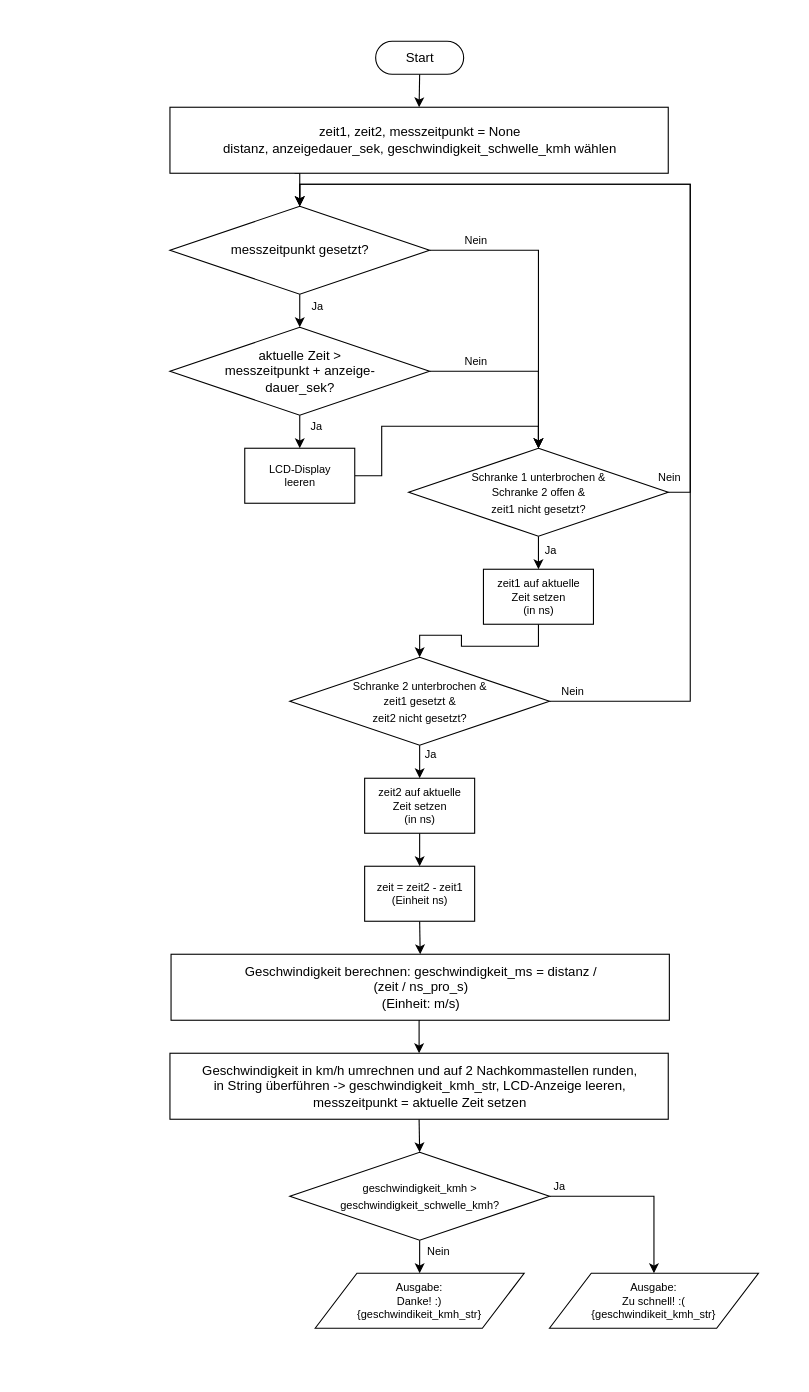
The draw.io diagram geschwindigkeitsmessung/Flowchart.drawio in mowtee/raspi-python-Ampel, before the edit. Source tidied: cells renumbered, new cells numbered last; positions are measured from the earlier drawing's top-left corner, leaving out a move shared by most shapes. Both pictures are drawn from the tidied source at 110%, with x=0, y=0 at pixel (169, 41).
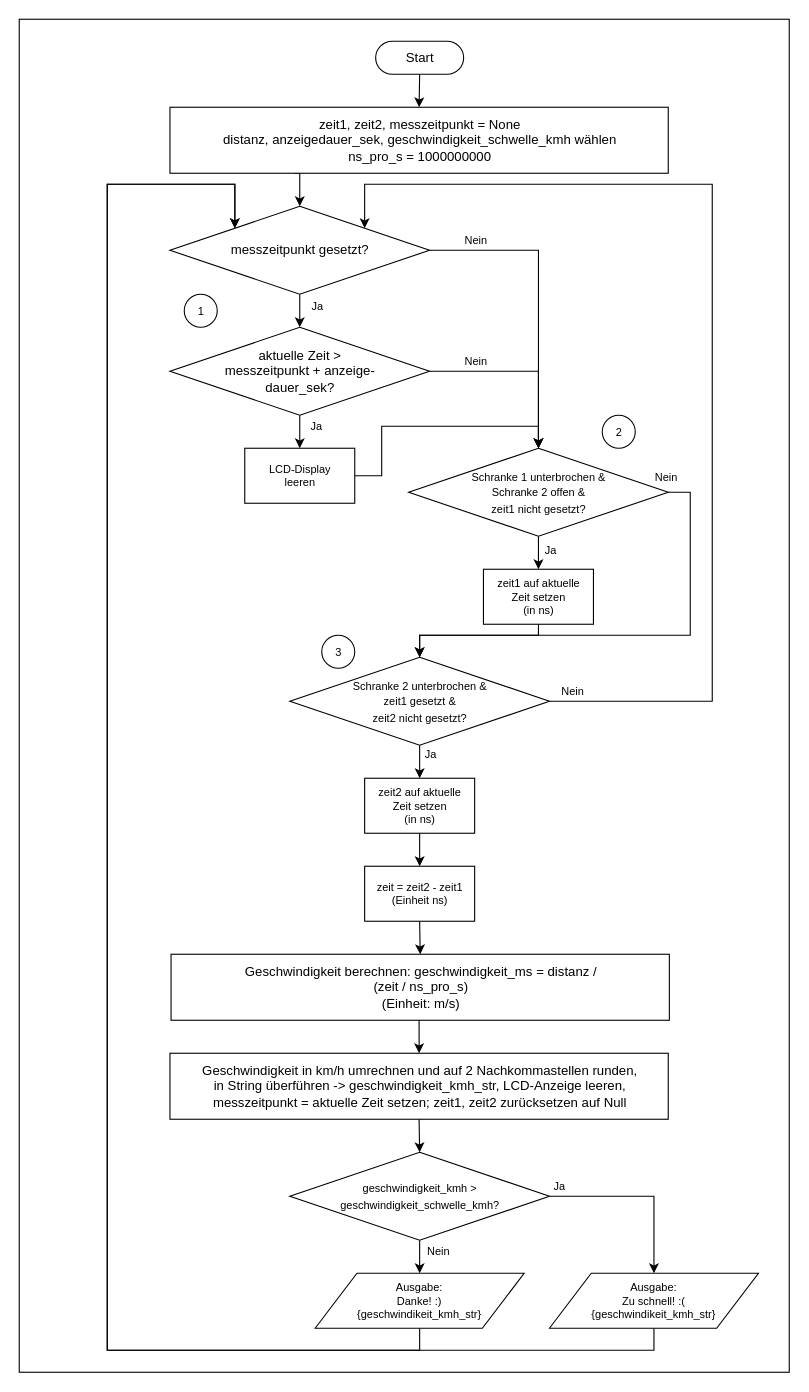
Above is the later version.

Unchanged cells that the change refers to:
```xml
<mxCell id="10" value="messzeitpunkt gesetzt?" style="shape=rhombus;html=1;dashed=0;whitespace=wrap;perimeter=rhombusPerimeter;" parent="1" vertex="1">
  <mxGeometry y="150" width="236" height="80" as="geometry" />
</mxCell>
<mxCell id="20" value="&lt;font style=&quot;font-size: 10px&quot;&gt;Schranke 1 unterbrochen &amp;amp;&lt;br&gt;Schranke 2 offen &amp;amp;&lt;br&gt;zeit1 nicht gesetzt?&lt;/font&gt;" style="shape=rhombus;html=1;dashed=0;whitespace=wrap;perimeter=rhombusPerimeter;" parent="1" vertex="1">
  <mxGeometry x="217" y="370" width="236" height="80" as="geometry" />
</mxCell>
<mxCell id="24" value="zeit1 auf aktuelle&lt;br&gt;Zeit setzen&lt;br&gt;(in ns)" style="html=1;dashed=0;whitespace=wrap;fontSize=10;" parent="1" vertex="1">
  <mxGeometry x="285" y="480" width="100" height="50" as="geometry" />
</mxCell>
<mxCell id="29" value="&lt;font style=&quot;font-size: 10px&quot;&gt;Schranke 2 unterbrochen &amp;amp;&lt;br&gt;zeit1 gesetzt &amp;amp;&lt;br&gt;zeit2 nicht gesetzt?&lt;/font&gt;" style="shape=rhombus;html=1;dashed=0;whitespace=wrap;perimeter=rhombusPerimeter;" parent="1" vertex="1">
  <mxGeometry x="109" y="560" width="236" height="80" as="geometry" />
</mxCell>
<mxCell id="43" value="Ausgabe:&lt;br&gt;Danke! :)&lt;br&gt;{geschwindikeit_kmh_str}" style="shape=parallelogram;perimeter=parallelogramPerimeter;whiteSpace=wrap;html=1;dashed=0;fontSize=10;" parent="1" vertex="1">
  <mxGeometry x="132" y="1120" width="190" height="50" as="geometry" />
</mxCell>
<mxCell id="44" value="Ausgabe:&lt;br&gt;Zu schnell! :(&lt;br&gt;{geschwindikeit_kmh_str}" style="shape=parallelogram;perimeter=parallelogramPerimeter;whiteSpace=wrap;html=1;dashed=0;fontSize=10;" parent="1" vertex="1">
  <mxGeometry x="345" y="1120" width="190" height="50" as="geometry" />
</mxCell>
```

What changed in the source:
```diff
@@
+    <mxCell id="45" style="html=1;dashed=0;whitespace=wrap;fontSize=10;" parent="1" vertex="1">
+      <mxGeometry x="-137" y="-20" width="700" height="1230" as="geometry" />
+    </mxCell>
@@
-    <mxCell id="5" value="zeit1, zeit2, messzeitpunkt = None&lt;br&gt;distanz, anzeigedauer_sek, geschwindigkeit_schwelle_kmh wählen" style="html=1;dashed=0;whitespace=wrap;" parent="1" vertex="1">
+    <mxCell id="5" value="zeit1, zeit2, messzeitpunkt = None&lt;br&gt;distanz, anzeigedauer_sek, geschwindigkeit_schwelle_kmh wählen&lt;br&gt;ns_pro_s = 1000000000" style="html=1;dashed=0;whitespace=wrap;" parent="1" vertex="1">
       <mxGeometry y="60" width="453" height="60" as="geometry" />
     </mxCell>
@@
-    <mxCell id="18" style="edgeStyle=orthogonalEdgeStyle;rounded=0;jettySize=auto;html=1;exitX=1;exitY=0.5;exitDx=0;exitDy=0;fontSize=10;entryX=0.5;entryY=0;entryDx=0;entryDy=0;" parent="1" edge="1" source="20" target="10">
-      <mxGeometry relative="1" as="geometry" />
+    <mxCell id="18" style="edgeStyle=orthogonalEdgeStyle;rounded=0;jettySize=auto;html=1;exitX=1;exitY=0.5;exitDx=0;exitDy=0;fontSize=10;entryX=0.5;entryY=0;entryDx=0;entryDy=0;" parent="1" edge="1" source="20" target="29">
+      <mxGeometry relative="1" as="geometry">
+        <Array as="points">
+          <mxPoint x="473" y="410" />
+          <mxPoint x="473" y="540" />
+          <mxPoint x="227" y="540" />
+        </Array>
+      </mxGeometry>
     </mxCell>
@@
     <mxCell id="23" style="edgeStyle=orthogonalEdgeStyle;rounded=0;jettySize=auto;html=1;exitX=0.5;exitY=1;exitDx=0;exitDy=0;entryX=0.5;entryY=0;entryDx=0;entryDy=0;fontSize=10;" parent="1" edge="1" source="24" target="29">
-      <mxGeometry relative="1" as="geometry" />
+      <mxGeometry relative="1" as="geometry">
+        <Array as="points">
+          <mxPoint x="335" y="540" />
+          <mxPoint x="227" y="540" />
+        </Array>
+      </mxGeometry>
     </mxCell>
@@
-    <mxCell id="27" style="edgeStyle=orthogonalEdgeStyle;rounded=0;jettySize=auto;html=1;exitX=1;exitY=0.5;exitDx=0;exitDy=0;fontSize=10;entryX=0.5;entryY=0;entryDx=0;entryDy=0;" parent="1" edge="1" source="29" target="10">
+    <mxCell id="27" style="edgeStyle=orthogonalEdgeStyle;rounded=0;jettySize=auto;html=1;exitX=1;exitY=0.5;exitDx=0;exitDy=0;fontSize=10;entryX=1;entryY=0;entryDx=0;entryDy=0;" parent="1" edge="1" source="29" target="10">
       <mxGeometry relative="1" as="geometry">
         <Array as="points">
-          <mxPoint x="473" y="600" />
-          <mxPoint x="473" y="130" />
-          <mxPoint x="118" y="130" />
+          <mxPoint x="493" y="600" />
+          <mxPoint x="493" y="130" />
+          <mxPoint x="177" y="130" />
         </Array>
       </mxGeometry>
     </mxCell>
@@
-    <mxCell id="37" value="Geschwindigkeit in km/h umrechnen und auf 2 Nachkommastellen runden,&lt;br&gt;in String überführen -&amp;gt; geschwindigkeit_kmh_str, LCD-Anzeige leeren,&lt;br&gt;messzeitpunkt = aktuelle Zeit setzen" style="html=1;dashed=0;whitespace=wrap;" parent="1" vertex="1">
+    <mxCell id="37" value="Geschwindigkeit in km/h umrechnen und auf 2 Nachkommastellen runden,&lt;br&gt;in String überführen -&amp;gt; geschwindigkeit_kmh_str, LCD-Anzeige leeren,&lt;br&gt;messzeitpunkt = aktuelle Zeit setzen; zeit1, zeit2 zurücksetzen auf Null" style="html=1;dashed=0;whitespace=wrap;" parent="1" vertex="1">
       <mxGeometry y="920" width="453" height="60" as="geometry" />
     </mxCell>
@@
+    <mxCell id="46" style="edgeStyle=orthogonalEdgeStyle;rounded=0;jettySize=auto;html=1;exitX=0.5;exitY=1;exitDx=0;exitDy=0;entryX=0;entryY=0;entryDx=0;entryDy=0;fontSize=10;" parent="1" edge="1" source="43" target="10">
+      <mxGeometry relative="1" as="geometry">
+        <Array as="points">
+          <mxPoint x="227" y="1190" />
+          <mxPoint x="-57" y="1190" />
+          <mxPoint x="-57" y="130" />
+          <mxPoint x="59" y="130" />
+        </Array>
+      </mxGeometry>
+    </mxCell>
@@
+    <mxCell id="47" style="edgeStyle=orthogonalEdgeStyle;rounded=0;jettySize=auto;html=1;exitX=0.5;exitY=1;exitDx=0;exitDy=0;fontSize=10;entryX=0;entryY=0;entryDx=0;entryDy=0;" parent="1" edge="1" source="44" target="10">
+      <mxGeometry relative="1" as="geometry">
+        <Array as="points">
+          <mxPoint x="440" y="1190" />
+          <mxPoint x="-57" y="1190" />
+          <mxPoint x="-57" y="130" />
+          <mxPoint x="59" y="130" />
+        </Array>
+      </mxGeometry>
+    </mxCell>
@@
+    <mxCell id="48" value="1" style="shape=ellipse;html=1;dashed=0;whitespace=wrap;perimeter=ellipsePerimeter;fontSize=10;" parent="1" vertex="1">
+      <mxGeometry x="13" y="230" width="30" height="30" as="geometry" />
+    </mxCell>
+    <mxCell id="49" value="2" style="shape=ellipse;html=1;dashed=0;whitespace=wrap;perimeter=ellipsePerimeter;fontSize=10;" parent="1" vertex="1">
+      <mxGeometry x="393" y="340" width="30" height="30" as="geometry" />
+    </mxCell>
+    <mxCell id="50" value="3" style="shape=ellipse;html=1;dashed=0;whitespace=wrap;perimeter=ellipsePerimeter;fontSize=10;" parent="1" vertex="1">
+      <mxGeometry x="138" y="540" width="30" height="30" as="geometry" />
+    </mxCell>
```
